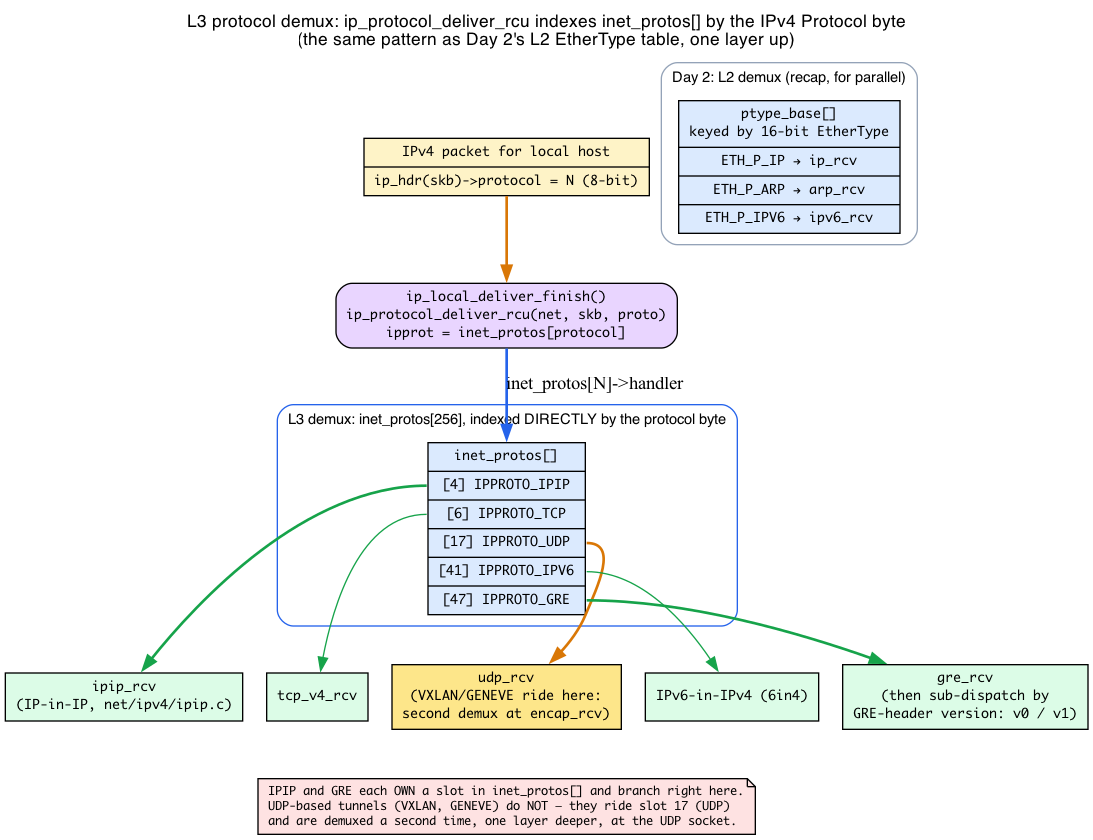
Before: linux-net/src/diagrams/day12_ip_proto_demux.png, a diagram exported from Graphviz (biefy/books). Its source is kept beside it as linux-net/src/diagrams/src/day12_ip_proto_demux.dot.
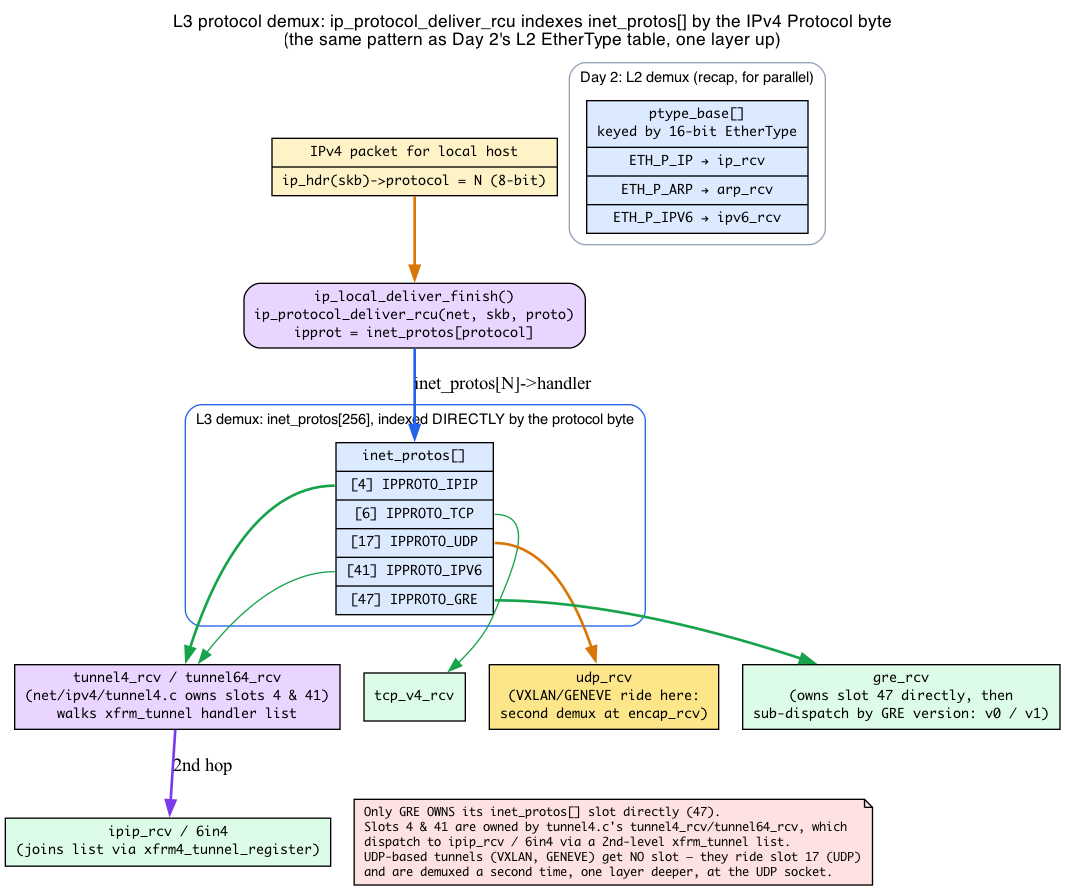
After the change.

Commit message:
linux-net Days 12/15: diagram refinements + remove duplicate day15 source

- Day 12: refine the ip_proto_demux diagram (re-rendered).
- Day 15: remove the orphan day15_tcp_states.mmd that duplicated the
  committed .dot source (both now use the kernel's SYN_RECV name); the .dot
  is authoritative and matches the chapter prose.

What changed in the source:
```diff
@@ -27,19 +27,20 @@
     }
     local -> l3tab [style=bold, color="#2563eb", label="inet_protos[N]-\>handler"];
 
-    ipip   [shape=box, style="filled", fillcolor="#dcfce7", label="ipip_rcv\n(IP-in-IP, net/ipv4/ipip.c)"];
+    tunnel4 [shape=box, style="filled", fillcolor="#e9d5ff", label="tunnel4_rcv / tunnel64_rcv\n(net/ipv4/tunnel4.c owns slots 4 & 41)\nwalks xfrm_tunnel handler list"];
+    ipip   [shape=box, style="filled", fillcolor="#dcfce7", label="ipip_rcv / 6in4\n(joins list via xfrm4_tunnel_register)"];
     tcp    [shape=box, style="filled", fillcolor="#dcfce7", label="tcp_v4_rcv"];
     udp    [shape=box, style="filled", fillcolor="#fde68a", label="udp_rcv\n(VXLAN/GENEVE ride here:\nsecond demux at encap_rcv)"];
-    sixin4 [shape=box, style="filled", fillcolor="#dcfce7", label="IPv6-in-IPv4 (6in4)"];
-    gre    [shape=box, style="filled", fillcolor="#dcfce7", label="gre_rcv\n(then sub-dispatch by\nGRE-header version: v0 / v1)"];
+    gre    [shape=box, style="filled", fillcolor="#dcfce7", label="gre_rcv\n(owns slot 47 directly, then\nsub-dispatch by GRE version: v0 / v1)"];
 
-    l3tab:p4  -> ipip   [style=bold, color="#16a34a"];
+    l3tab:p4  -> tunnel4 [style=bold, color="#16a34a"];
+    l3tab:p41 -> tunnel4 [color="#16a34a"];
+    tunnel4   -> ipip    [style=bold, color="#7c3aed", label="2nd hop"];
     l3tab:p6  -> tcp    [color="#16a34a"];
     l3tab:p17 -> udp    [style=bold, color="#d97706"];
-    l3tab:p41 -> sixin4 [color="#16a34a"];
     l3tab:p47 -> gre    [style=bold, color="#16a34a"];
 
     note [shape=note, style="filled", fillcolor="#fee2e2", fontsize=9,
-          label="IPIP and GRE each OWN a slot in inet_protos[] and branch right here.\lUDP-based tunnels (VXLAN, GENEVE) do NOT — they ride slot 17 (UDP)\land are demuxed a second time, one layer deeper, at the UDP socket.\l"];
+          label="Only GRE OWNS its inet_protos[] slot directly (47).\lSlots 4 & 41 are owned by tunnel4.c's tunnel4_rcv/tunnel64_rcv, which\ldispatch to ipip_rcv / 6in4 via a 2nd-level xfrm_tunnel list.\lUDP-based tunnels (VXLAN, GENEVE) get NO slot — they ride slot 17 (UDP)\land are demuxed a second time, one layer deeper, at the UDP socket.\l"];
     udp -> note [style=invis];
 }
```
